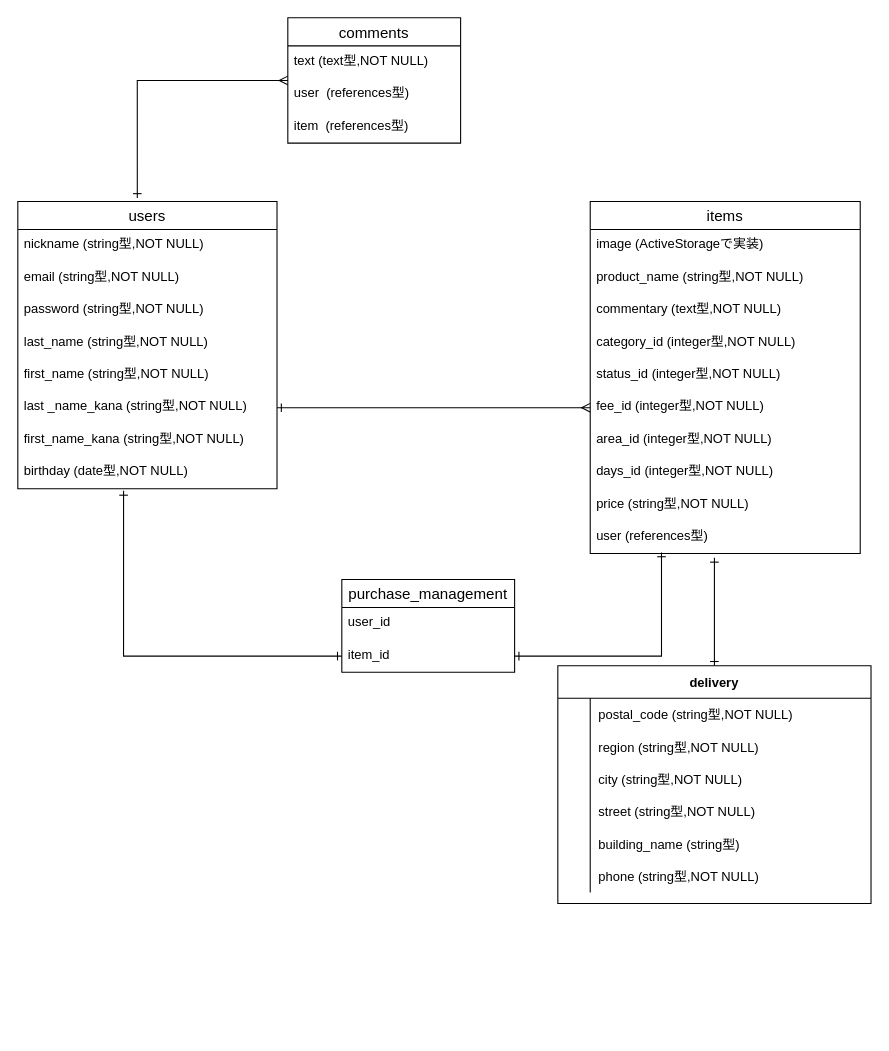
This is furima.dio from watayuuu/furima-32319, a draw.io file, before an edit. Source tidied: cells renumbered, new cells numbered last; positions are measured from the earlier drawing's top-left corner, leaving out a move shared by most shapes. Both pictures are drawn from the tidied source at 108%, with x=0, y=0 at pixel (17, 17).
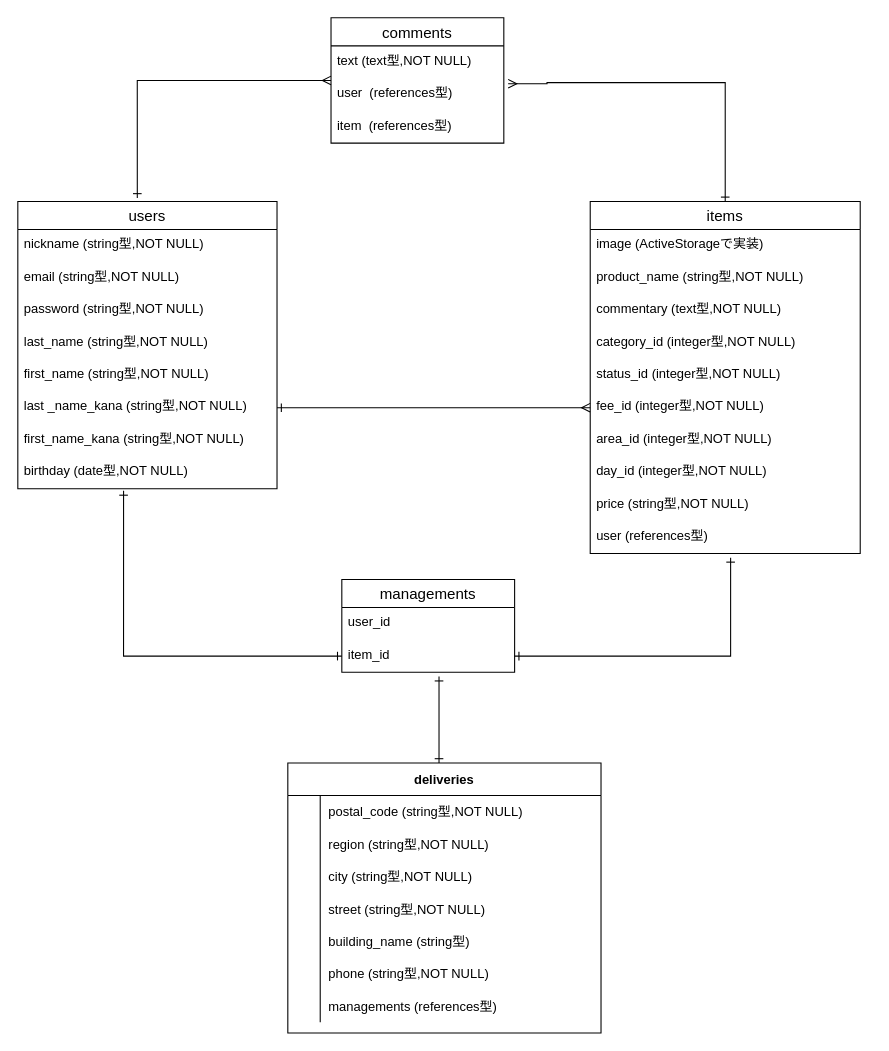
The same page after the edit.

Commit message (it also covers changes not shown here):
データベースの設計の修正２

The change refers to these unchanged cells:
```xml
<mxCell id="11" value="items" style="swimlane;fontStyle=0;horizontal=1;startSize=26;align=center;fontSize=14;" parent="1" vertex="1">
  <mxGeometry x="530" y="170" width="250" height="326" as="geometry" />
</mxCell>
<mxCell id="21" value="user (references型)" style="text;strokeColor=none;fillColor=none;spacingLeft=4;spacingRight=4;overflow=hidden;points=[[0,0.5],[1,0.5]];portConstraint=eastwest;fontSize=12;" parent="11" vertex="1">
  <mxGeometry y="296" width="250" height="30" as="geometry" />
</mxCell>
<mxCell id="49" value="item_id" style="text;strokeColor=none;fillColor=none;spacingLeft=4;spacingRight=4;overflow=hidden;points=[[0,0.5],[1,0.5]];portConstraint=eastwest;fontSize=12;" parent="47" vertex="1">
  <mxGeometry y="56" width="160" height="30" as="geometry" />
</mxCell>
```

What changed in the source:
```diff
@@
+    <mxCell id="53" style="edgeStyle=orthogonalEdgeStyle;rounded=0;jettySize=auto;html=1;startArrow=ERone;startFill=0;endArrow=ERmany;endFill=0;" parent="1" edge="1" source="11">
+      <mxGeometry relative="1" as="geometry">
+        <mxPoint x="454" y="61" as="targetPoint" />
+        <Array as="points">
+          <mxPoint x="655" y="60" />
+          <mxPoint x="490" y="60" />
+          <mxPoint x="490" y="61" />
+        </Array>
+      </mxGeometry>
+    </mxCell>
@@
-    <mxCell id="19" value="days_id (integer型,NOT NULL)" style="text;strokeColor=none;fillColor=none;spacingLeft=4;spacingRight=4;overflow=hidden;fontSize=12;" parent="11" vertex="1">
+    <mxCell id="19" value="day_id (integer型,NOT NULL)" style="text;strokeColor=none;fillColor=none;spacingLeft=4;spacingRight=4;overflow=hidden;fontSize=12;" parent="11" vertex="1">
       <mxGeometry y="236" width="250" height="30" as="geometry" />
     </mxCell>
@@
-    <mxCell id="22" style="edgeStyle=orthogonalEdgeStyle;rounded=0;jettySize=auto;html=1;startArrow=ERone;startFill=0;endArrow=ERone;endFill=0;" parent="1" edge="1" source="23">
-      <mxGeometry relative="1" as="geometry">
-        <mxPoint x="645" y="500" as="targetPoint" />
-      </mxGeometry>
-    </mxCell>
+    <mxCell id="54" style="edgeStyle=orthogonalEdgeStyle;rounded=0;jettySize=auto;html=1;startArrow=ERone;startFill=0;endArrow=ERone;endFill=0;" parent="1" edge="1" source="23">
+      <mxGeometry relative="1" as="geometry">
+        <mxPoint x="390" y="610" as="targetPoint" />
+        <Array as="points">
+          <mxPoint x="390" y="720" />
+          <mxPoint x="390" y="720" />
+        </Array>
+      </mxGeometry>
+    </mxCell>
-    <mxCell id="23" value="delivery" style="shape=table;startSize=30;childLayout=tableLayout;rowLines=0;fontStyle=1;align=center;" parent="1" vertex="1">
-      <mxGeometry x="500" y="600" width="290" height="220" as="geometry" />
+    <mxCell id="23" value="deliveries" style="shape=table;startSize=30;childLayout=tableLayout;rowLines=0;fontStyle=1;align=center;" parent="1" vertex="1">
+      <mxGeometry x="250" y="690" width="290" height="250" as="geometry" />
     </mxCell>
@@
+    <mxCell id="55" style="shape=partialRectangle;fillColor=none;top=0;left=0;bottom=0;right=0;" parent="23" vertex="1">
+      <mxGeometry y="210" width="290" height="30" as="geometry" />
+    </mxCell>
+    <mxCell id="56" style="shape=partialRectangle;fillColor=none;top=0;left=0;bottom=0;right=0;overflow=hidden;" parent="55" vertex="1">
+      <mxGeometry width="30" height="30" as="geometry" />
+    </mxCell>
+    <mxCell id="57" value="managements (references型)" style="shape=partialRectangle;fillColor=none;top=0;left=0;bottom=0;right=0;align=left;spacingLeft=6;overflow=hidden;" parent="55" vertex="1">
+      <mxGeometry x="30" width="260" height="30" as="geometry" />
+    </mxCell>
@@
     <mxCell id="43" value="comments" style="swimlane;fontStyle=0;horizontal=1;startSize=26;align=center;fontSize=14;" parent="1" vertex="1">
-      <mxGeometry x="250" width="160" height="116" as="geometry" />
+      <mxGeometry x="290" width="160" height="116" as="geometry" />
     </mxCell>
@@
-    <mxCell id="47" value="purchase_management" style="swimlane;fontStyle=0;horizontal=1;startSize=26;align=center;fontSize=14;" parent="1" vertex="1">
+    <mxCell id="47" value="managements" style="swimlane;fontStyle=0;horizontal=1;startSize=26;align=center;fontSize=14;" parent="1" vertex="1">
       <mxGeometry x="300" y="520" width="160" height="86" as="geometry" />
     </mxCell>
@@
-    <mxCell id="51" style="edgeStyle=orthogonalEdgeStyle;rounded=0;jettySize=auto;html=1;entryX=0.264;entryY=0.967;entryDx=0;entryDy=0;entryPerimeter=0;endArrow=ERone;endFill=0;startArrow=ERone;startFill=0;" parent="1" edge="1" source="49" target="21">
-      <mxGeometry relative="1" as="geometry" />
+    <mxCell id="51" style="edgeStyle=orthogonalEdgeStyle;rounded=0;jettySize=auto;html=1;endArrow=ERone;endFill=0;startArrow=ERone;startFill=0;entryX=0.52;entryY=1.133;entryDx=0;entryDy=0;entryPerimeter=0;" parent="1" edge="1" source="49" target="21">
+      <mxGeometry relative="1" as="geometry">
+        <Array as="points">
+          <mxPoint x="660" y="591" />
+        </Array>
+      </mxGeometry>
     </mxCell>
```
